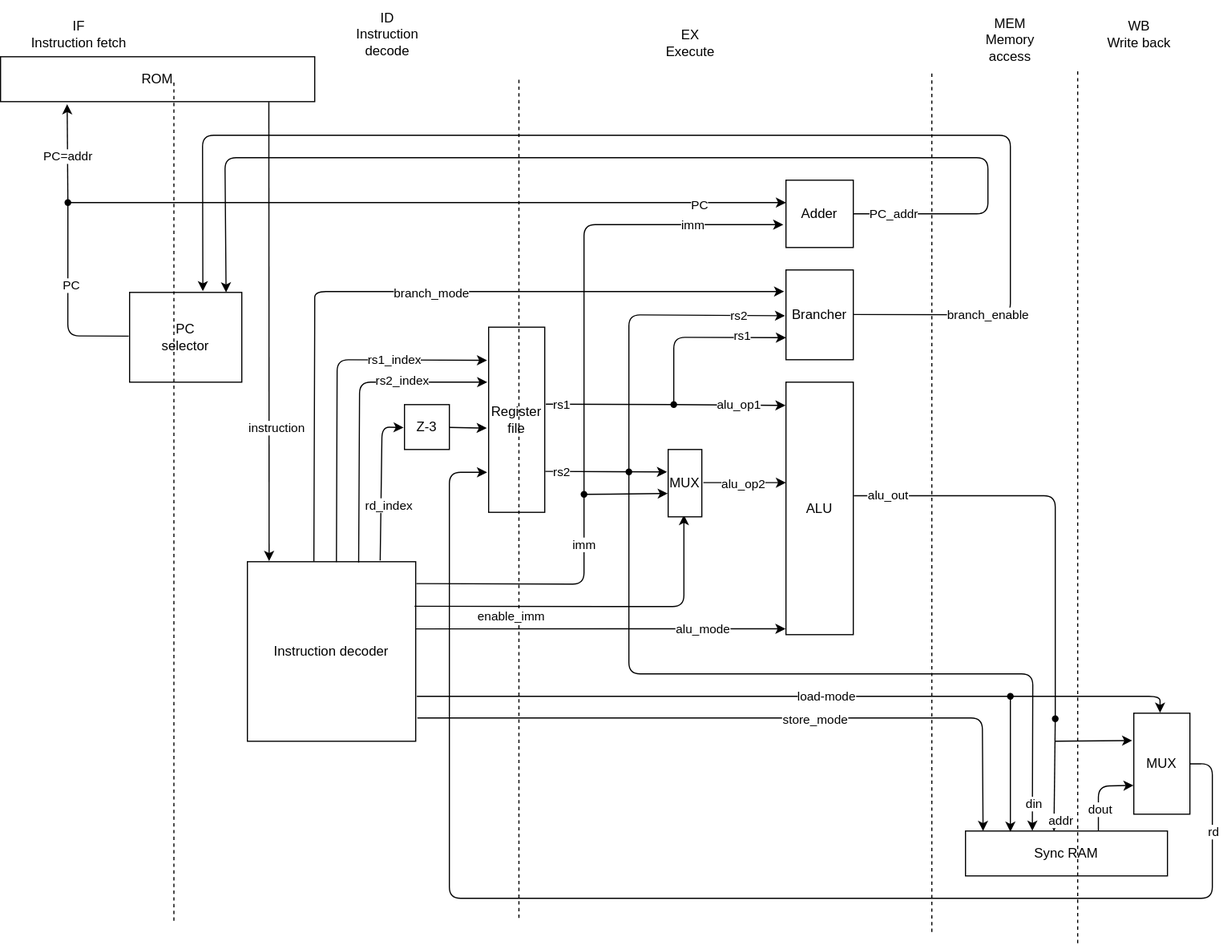
Above: doc/diagram.drawio.svg in ncotti/riscotti-v (draw.io), before the change. Source tidied: cells renumbered, new cells last; positions are measured from the earlier drawing's top-left corner, leaving out a move shared by most shapes.
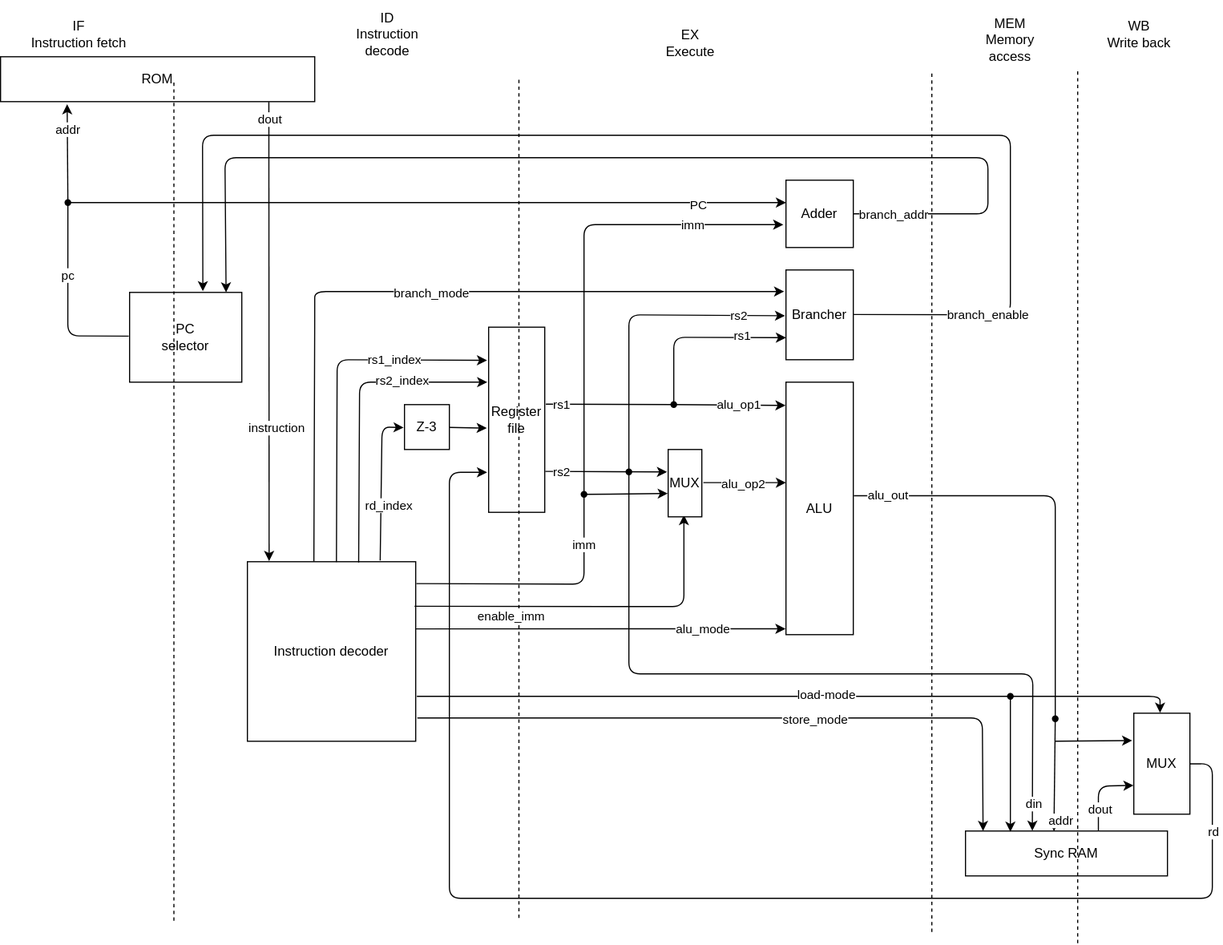
Later version of the same file.

Commit message:
Program counter selector

Diff of the diagram source:
```diff
@@ -137,9 +137,9 @@
     <mxCell id="31" style="edgeStyle=none;html=1;entryX=0.212;entryY=1.058;entryDx=0;entryDy=0;entryPerimeter=0;exitDx=0;exitDy=0;exitPerimeter=0;" parent="1" edge="1" source="37" target="2">
       <mxGeometry relative="1" as="geometry" />
     </mxCell>
-    <mxCell id="32" value="PC=addr" style="edgeLabel;html=1;align=center;verticalAlign=middle;" parent="31" vertex="1">
+    <mxCell id="32" value="addr" style="edgeLabel;html=1;align=center;verticalAlign=middle;" parent="31" vertex="1">
       <mxGeometry x="0.09" y="-1" relative="1" as="geometry">
-        <mxPoint x="-1" y="7" as="offset" />
+        <mxPoint x="-1" y="-17" as="offset" />
       </mxGeometry>
     </mxCell>
     <mxCell id="33" style="edgeStyle=none;html=1;entryDx=0;entryDy=0;entryPerimeter=0;exitX=-0.008;exitY=0.487;exitDx=0;exitDy=0;exitPerimeter=0;endArrow=none;endFill=0;" parent="1" edge="1" source="9" target="37">
@@ -149,9 +149,9 @@
         </Array>
       </mxGeometry>
     </mxCell>
-    <mxCell id="34" value="PC" style="edgeLabel;html=1;align=center;verticalAlign=middle;" parent="33" vertex="1">
-      <mxGeometry x="0.15" y="-3" relative="1" as="geometry" />
-    </mxCell>
+    <mxCell id="88" value="pc" style="edgeLabel;html=1;align=center;verticalAlign=middle;" parent="33" vertex="1">
+      <mxGeometry x="0.25" relative="1" as="geometry" />
+    </mxCell>
     <mxCell id="35" style="edgeStyle=none;html=1;entryX=0;entryY=0.333;entryDx=0;entryDy=0;entryPerimeter=0;" parent="1" edge="1" source="37" target="59">
       <mxGeometry x="-0.64" relative="1" as="geometry">
         <Array as="points">
@@ -260,6 +260,9 @@
         <mxPoint x="7" y="254" as="offset" />
       </mxGeometry>
     </mxCell>
+    <mxCell id="89" value="dout" style="edgeLabel;html=1;align=center;verticalAlign=middle;" parent="55" vertex="1">
+      <mxGeometry x="-0.93" relative="1" as="geometry" />
+    </mxCell>
     <mxCell id="57" style="edgeStyle=none;html=1;exitX=1;exitY=0.499;exitDx=0;exitDy=0;exitPerimeter=0;entryX=0.86;entryY=0;entryDx=0;entryDy=0;entryPerimeter=0;" parent="1" edge="1" source="59" target="9">
       <mxGeometry x="0.2" relative="1" as="geometry">
         <Array as="points">
@@ -269,7 +272,7 @@
         </Array>
       </mxGeometry>
     </mxCell>
-    <mxCell id="58" value="PC_addr" style="edgeLabel;html=1;align=center;verticalAlign=middle;" parent="57" vertex="1">
+    <mxCell id="58" value="branch_addr" style="edgeLabel;html=1;align=center;verticalAlign=middle;" parent="57" vertex="1">
       <mxGeometry x="-0.26" y="-4" relative="1" as="geometry">
         <mxPoint x="103" y="54" as="offset" />
       </mxGeometry>
```
